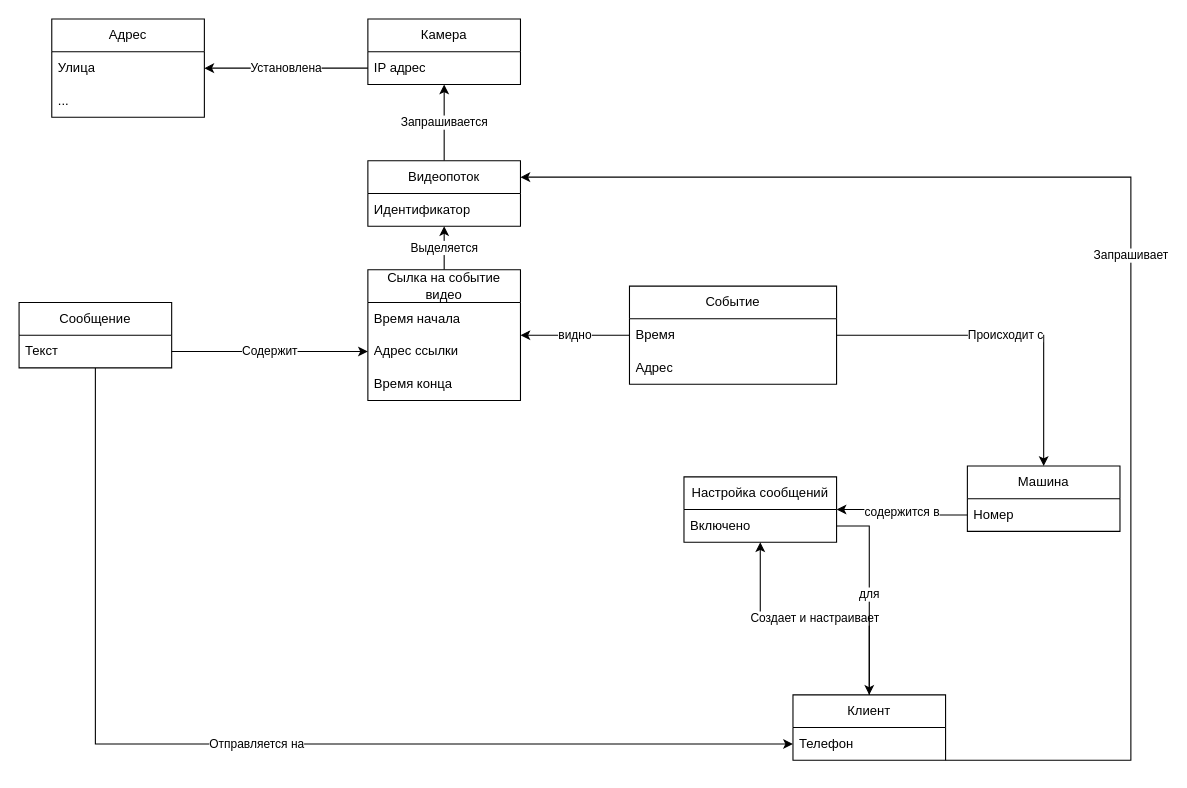
Earlier version of the draw.io diagram homework1/2-Domains/Доменная модель - схема-простая.drawio (reagafonov/microservice_homework). Source tidied: cells renumbered, new cells numbered last; positions are measured from the earlier drawing's top-left corner, leaving out a move shared by most shapes. Both pictures are drawn from the tidied source at 109%, with x=0, y=0 at pixel (19, 19).
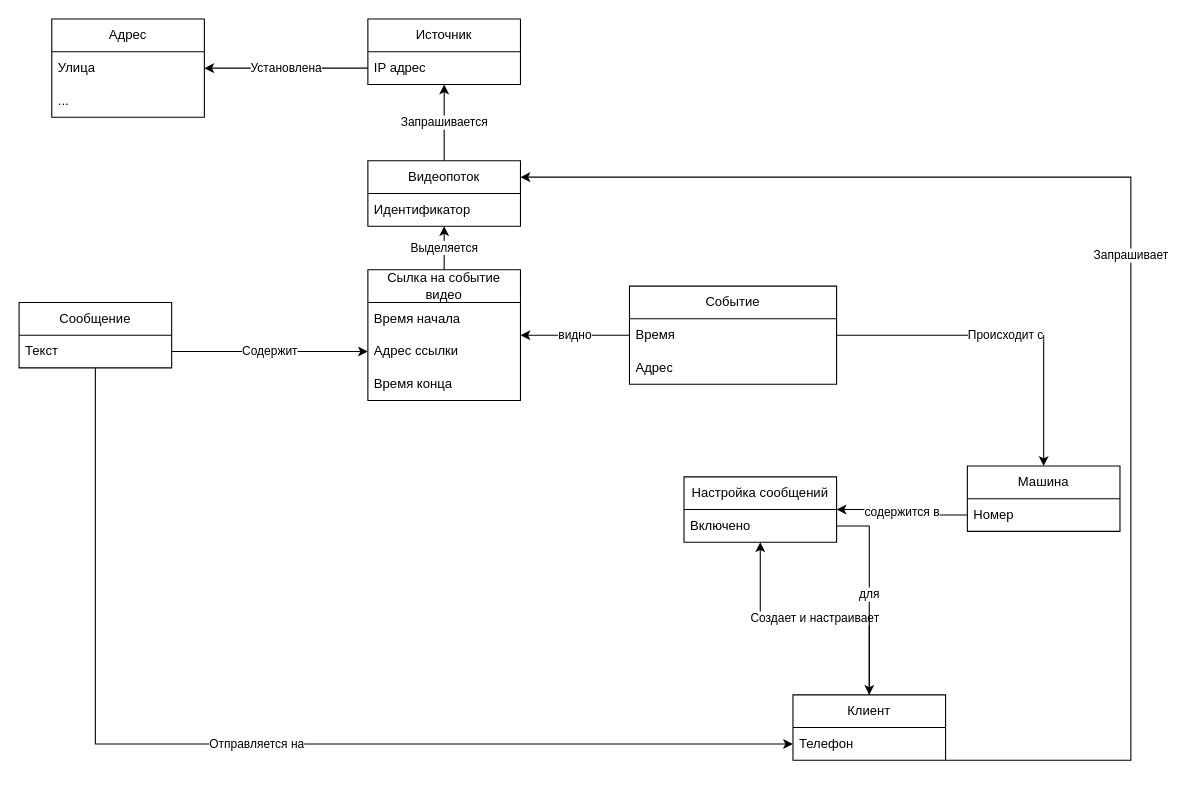
After the change.

What changed in the source:
```diff
@@
-    <mxCell id="26" value="Камера" style="swimlane;fontStyle=0;horizontal=1;startSize=30;whiteSpace=wrap;html=1;" parent="1" vertex="1">
+    <mxCell id="26" value="Источник" style="swimlane;fontStyle=0;horizontal=1;startSize=30;whiteSpace=wrap;html=1;" parent="1" vertex="1">
       <mxGeometry x="320" width="140" height="60" as="geometry" />
     </mxCell>
```
